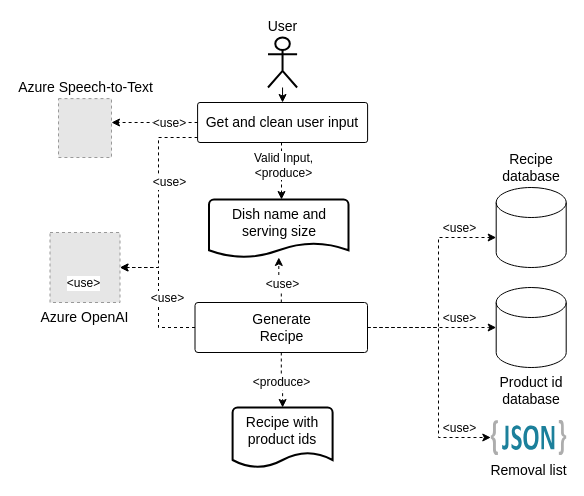
Earlier version of the draw.io diagram recipe_generation/images/recipe_generation_overview.drawio (deepnetworkgmbh/generative-ai). Source tidied: cells renumbered, new cells numbered last; positions are measured from the earlier drawing's top-left corner, leaving out a move shared by most shapes. Both pictures are drawn from the tidied source at 100%, with x=0, y=0 at pixel (50, 37). Pictures stored in the file or linked from it are replaced by grey dashed boxes.
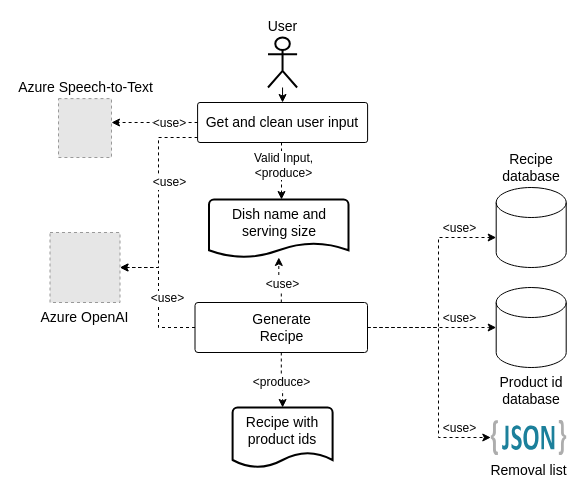
The same page after the edit.

Unchanged cells that the change refers to:
```xml
<mxCell id="18" style="edgeStyle=orthogonalEdgeStyle;rounded=0;jettySize=auto;html=1;dashed=1;fontColor=default;fontSize=12;" parent="1" edge="1" source="3" target="8">
  <mxGeometry relative="1" as="geometry">
    <Array as="points">
      <mxPoint x="108" y="290" />
      <mxPoint x="108" y="230" />
    </Array>
  </mxGeometry>
</mxCell>
```

The edit, as a diff of the source:
```diff
@@
-    <mxCell id="20" value="&amp;lt;use&amp;gt;" style="edgeLabel;html=1;align=center;verticalAlign=middle;fontColor=default;fontSize=12;" parent="18" vertex="1">
-      <mxGeometry x="-0.61" y="1" relative="1" as="geometry">
-        <mxPoint x="-86" y="-46" as="offset" />
-      </mxGeometry>
-    </mxCell>
```
